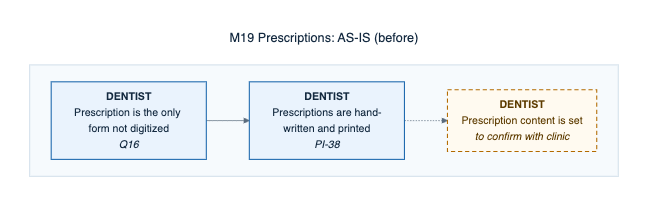
0phem/multibranch-dental-clinic keeps this Mermaid diagram as docs/defense/diagrams/png/M19-prescriptions-as-is.png. Above is the earlier version. Its source is kept beside it as docs/defense/diagrams/M19-prescriptions-as-is.mmd. Source of this version:
```mermaid
---
title: "M19 Prescriptions: AS-IS (before)"
---
flowchart TB
    subgraph L2[" "]
    direction LR
      S0["<b>DENTIST</b><br/>Prescription is the only form not digitized<br/><i>Q16</i>"]:::cited
      S1["<b>DENTIST</b><br/>Prescriptions are hand-written and printed<br/><i>PI-38</i>"]:::cited
      S2["<b>DENTIST</b><br/>Prescription content is set<br/><i>to confirm with clinic</i>"]:::confirm
    end
    S0 --> S1
    S1 -.-> S2
    classDef cited fill:#eaf3fd,stroke:#1865ac,color:#142a40,stroke-width:1.5px
    classDef confirm fill:#fffaf0,stroke:#b26a00,color:#5e3c00,stroke-width:1.5px,stroke-dasharray:6 4
    classDef auto fill:#e6f5ee,stroke:#0c7f75,color:#0f3d33,stroke-width:1.5px
    classDef manual fill:#eaf3fd,stroke:#1865ac,color:#142a40,stroke-width:1.5px
    classDef mock fill:#f3f5f7,stroke:#5a6b7d,color:#3a4e63,stroke-width:1.5px,stroke-dasharray:3 3
    classDef planned fill:#ffffff,stroke:#5a6b7d,color:#3a4e63,stroke-width:1.5px,stroke-dasharray:6 4
```
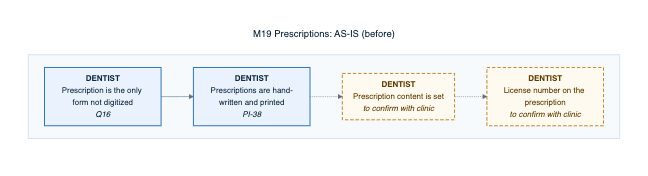
After the change.

What changed in the source:
```diff
@@ -7,9 +7,11 @@
       S0["<b>DENTIST</b><br/>Prescription is the only form not digitized<br/><i>Q16</i>"]:::cited
       S1["<b>DENTIST</b><br/>Prescriptions are hand-written and printed<br/><i>PI-38</i>"]:::cited
       S2["<b>DENTIST</b><br/>Prescription content is set<br/><i>to confirm with clinic</i>"]:::confirm
+      S3["<b>DENTIST</b><br/>License number on the prescription<br/><i>to confirm with clinic</i>"]:::confirm
     end
     S0 --> S1
     S1 -.-> S2
+    S2 -.-> S3
     classDef cited fill:#eaf3fd,stroke:#1865ac,color:#142a40,stroke-width:1.5px
     classDef confirm fill:#fffaf0,stroke:#b26a00,color:#5e3c00,stroke-width:1.5px,stroke-dasharray:6 4
     classDef auto fill:#e6f5ee,stroke:#0c7f75,color:#0f3d33,stroke-width:1.5px
```
